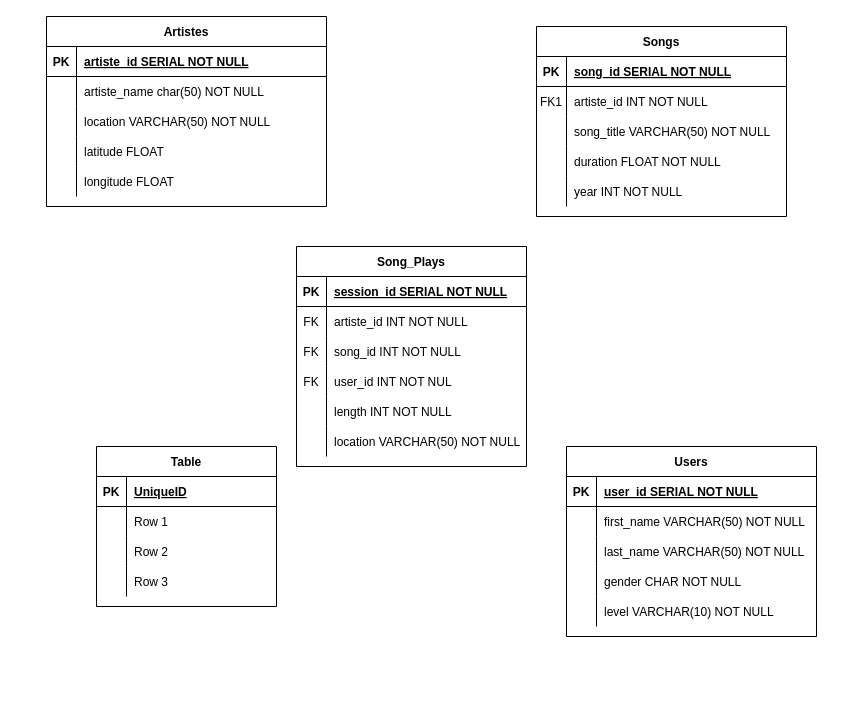
Before: Data Engineering with Postgres/assets/sparkify.drawio in temmyzeus/Udacity-Data-Engineering, a draw.io diagram. Source tidied: cells renumbered, new cells numbered last; positions are measured from the earlier drawing's top-left corner, leaving out a move shared by most shapes. Both pictures are drawn from the tidied source at 100%, with x=0, y=0 at pixel (46, 16).
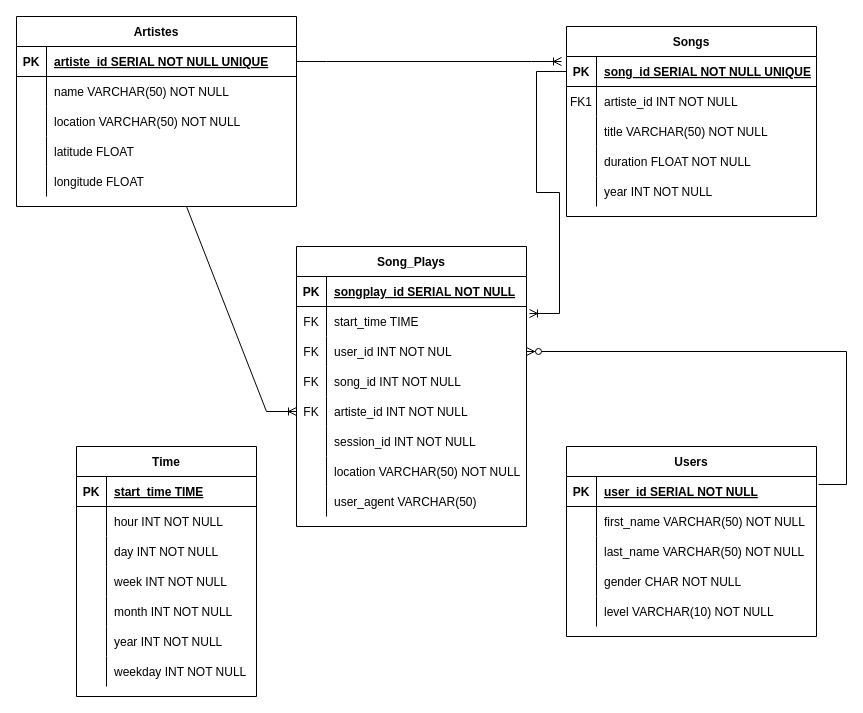
The same diagram, later.

Unchanged cells that the change refers to:
```xml
<mxCell id="3" style="shape=partialRectangle;fillColor=none;points=[[0,0.5],[1,0.5]];portConstraint=eastwest;top=0;left=0;right=0;bottom=1;" parent="2" vertex="1">
  <mxGeometry y="30" width="250" height="30" as="geometry" />
</mxCell>
<mxCell id="9" style="shape=partialRectangle;fillColor=none;top=0;left=0;right=0;bottom=0;" parent="2" vertex="1">
  <mxGeometry y="90" width="250" height="30" as="geometry" />
</mxCell>
<mxCell id="19" style="shape=partialRectangle;fillColor=none;points=[[0,0.5],[1,0.5]];portConstraint=eastwest;top=0;left=0;right=0;bottom=1;" parent="18" vertex="1">
  <mxGeometry y="30" width="250" height="30" as="geometry" />
</mxCell>
<mxCell id="35" style="shape=partialRectangle;fillColor=none;points=[[0,0.5],[1,0.5]];portConstraint=eastwest;top=0;left=0;right=0;bottom=1;" parent="34" vertex="1">
  <mxGeometry y="30" width="280" height="30" as="geometry" />
</mxCell>
<mxCell id="38" style="shape=partialRectangle;fillColor=none;top=0;left=0;right=0;bottom=0;" parent="34" vertex="1">
  <mxGeometry y="60" width="280" height="30" as="geometry" />
</mxCell>
<mxCell id="51" style="shape=tableRow;horizontal=0;startSize=0;swimlaneHead=0;swimlaneBody=0;fillColor=none;top=0;left=0;right=0;bottom=1;" parent="50" vertex="1">
  <mxGeometry y="30" width="230" height="30" as="geometry" />
</mxCell>
<mxCell id="70" style="shape=tableRow;horizontal=0;startSize=0;swimlaneHead=0;swimlaneBody=0;fillColor=none;top=0;left=0;right=0;bottom=1;" parent="69" vertex="1">
  <mxGeometry y="30" width="180" height="30" as="geometry" />
</mxCell>
```

The edit, as a diff of the source:
```diff
@@
     <mxCell id="2" value="Songs" style="shape=table;startSize=30;childLayout=tableLayout;rowLines=0;fontStyle=1;align=center;" parent="1" vertex="1">
-      <mxGeometry x="490" y="10" width="250" height="190" as="geometry" />
+      <mxGeometry x="520" y="10" width="250" height="190" as="geometry" />
     </mxCell>
@@
-    <mxCell id="5" value="song_id SERIAL NOT NULL " style="shape=partialRectangle;overflow=hidden;fillColor=none;top=0;left=0;bottom=0;right=0;align=left;spacingLeft=6;fontStyle=5;" parent="3" vertex="1">
+    <mxCell id="5" value="song_id SERIAL NOT NULL UNIQUE" style="shape=partialRectangle;overflow=hidden;fillColor=none;top=0;left=0;bottom=0;right=0;align=left;spacingLeft=6;fontStyle=5;" parent="3" vertex="1">
       <mxGeometry x="30" width="220" height="30" as="geometry" />
     </mxCell>
@@
-    <mxCell id="11" value="song_title VARCHAR(50) NOT NULL" style="shape=partialRectangle;overflow=hidden;fillColor=none;top=0;left=0;bottom=0;right=0;align=left;spacingLeft=6;" parent="9" vertex="1">
+    <mxCell id="11" value="title VARCHAR(50) NOT NULL" style="shape=partialRectangle;overflow=hidden;fillColor=none;top=0;left=0;bottom=0;right=0;align=left;spacingLeft=6;" parent="9" vertex="1">
       <mxGeometry x="30" width="220" height="30" as="geometry" />
     </mxCell>
@@
     <mxCell id="34" value="Artistes" style="shape=table;startSize=30;childLayout=tableLayout;rowLines=0;fontStyle=1;align=center;" parent="1" vertex="1">
-      <mxGeometry width="280" height="190" as="geometry" />
+      <mxGeometry x="-30" width="280" height="190" as="geometry" />
     </mxCell>
@@
-    <mxCell id="37" value="artiste_id SERIAL NOT NULL" style="shape=partialRectangle;overflow=hidden;fillColor=none;top=0;left=0;bottom=0;right=0;align=left;spacingLeft=6;fontStyle=5;" parent="35" vertex="1">
+    <mxCell id="37" value="artiste_id SERIAL NOT NULL UNIQUE" style="shape=partialRectangle;overflow=hidden;fillColor=none;top=0;left=0;bottom=0;right=0;align=left;spacingLeft=6;fontStyle=5;" parent="35" vertex="1">
       <mxGeometry x="30" width="250" height="30" as="geometry" />
     </mxCell>
@@
-    <mxCell id="40" value="artiste_name char(50) NOT NULL" style="shape=partialRectangle;overflow=hidden;fillColor=none;top=0;left=0;bottom=0;right=0;align=left;spacingLeft=6;" parent="38" vertex="1">
+    <mxCell id="40" value="name VARCHAR(50) NOT NULL" style="shape=partialRectangle;overflow=hidden;fillColor=none;top=0;left=0;bottom=0;right=0;align=left;spacingLeft=6;" parent="38" vertex="1">
       <mxGeometry x="30" width="250" height="30" as="geometry" />
     </mxCell>
@@
     <mxCell id="50" value="Song_Plays" style="shape=table;startSize=30;childLayout=tableLayout;rowLines=0;fontStyle=1;align=center;" parent="1" vertex="1">
-      <mxGeometry x="250" y="230" width="230" height="220" as="geometry" />
+      <mxGeometry x="250" y="230" width="230" height="280" as="geometry" />
     </mxCell>
@@
-    <mxCell id="53" value="session_id SERIAL NOT NULL" style="shape=partialRectangle;fillColor=none;top=0;left=0;bottom=0;right=0;align=left;spacingLeft=6;fontStyle=5;overflow=hidden;" parent="51" vertex="1">
+    <mxCell id="53" value="songplay_id SERIAL NOT NULL" style="shape=partialRectangle;fillColor=none;top=0;left=0;bottom=0;right=0;align=left;spacingLeft=6;fontStyle=5;overflow=hidden;" parent="51" vertex="1">
       <mxGeometry x="30" width="200" height="30" as="geometry" />
     </mxCell>
+    <mxCell id="82" style="shape=tableRow;horizontal=0;startSize=0;swimlaneHead=0;swimlaneBody=0;fillColor=none;points=[[0,0.5],[1,0.5]];portConstraint=eastwest;top=0;left=0;right=0;bottom=0;" parent="50" vertex="1">
+      <mxGeometry y="60" width="230" height="30" as="geometry" />
+    </mxCell>
+    <mxCell id="83" value="FK" style="shape=partialRectangle;fillColor=none;top=0;left=0;bottom=0;right=0;overflow=hidden;" parent="82" vertex="1">
+      <mxGeometry width="30" height="30" as="geometry" />
+    </mxCell>
+    <mxCell id="84" value="start_time TIME" style="shape=partialRectangle;fillColor=none;top=0;left=0;bottom=0;right=0;align=left;spacingLeft=6;overflow=hidden;" parent="82" vertex="1">
+      <mxGeometry x="30" width="200" height="30" as="geometry" />
+    </mxCell>
+    <mxCell id="60" style="shape=tableRow;horizontal=0;startSize=0;swimlaneHead=0;swimlaneBody=0;fillColor=none;points=[[0,0.5],[1,0.5]];portConstraint=eastwest;top=0;left=0;right=0;bottom=0;" parent="50" vertex="1">
+      <mxGeometry y="90" width="230" height="30" as="geometry" />
+    </mxCell>
+    <mxCell id="61" value="FK" style="shape=partialRectangle;fillColor=none;top=0;left=0;bottom=0;right=0;overflow=hidden;" parent="60" vertex="1">
+      <mxGeometry width="30" height="30" as="geometry" />
+    </mxCell>
+    <mxCell id="62" value="user_id INT NOT NUL" style="shape=partialRectangle;fillColor=none;top=0;left=0;bottom=0;right=0;align=left;spacingLeft=6;overflow=hidden;" parent="60" vertex="1">
+      <mxGeometry x="30" width="200" height="30" as="geometry" />
+    </mxCell>
+    <mxCell id="57" style="shape=tableRow;horizontal=0;startSize=0;swimlaneHead=0;swimlaneBody=0;fillColor=none;top=0;left=0;right=0;bottom=0;" parent="50" vertex="1">
+      <mxGeometry y="120" width="230" height="30" as="geometry" />
+    </mxCell>
+    <mxCell id="58" value="FK" style="shape=partialRectangle;fillColor=none;top=0;left=0;bottom=0;right=0;overflow=hidden;" parent="57" vertex="1">
+      <mxGeometry width="30" height="30" as="geometry" />
+    </mxCell>
+    <mxCell id="59" value="song_id INT NOT NULL" style="shape=partialRectangle;fillColor=none;top=0;left=0;bottom=0;right=0;align=left;spacingLeft=6;overflow=hidden;" parent="57" vertex="1">
+      <mxGeometry x="30" width="200" height="30" as="geometry" />
+    </mxCell>
     <mxCell id="54" style="shape=tableRow;horizontal=0;startSize=0;swimlaneHead=0;swimlaneBody=0;fillColor=none;points=[[0,0.5],[1,0.5]];portConstraint=eastwest;top=0;left=0;right=0;bottom=0;" parent="50" vertex="1">
-      <mxGeometry y="60" width="230" height="30" as="geometry" />
+      <mxGeometry y="150" width="230" height="30" as="geometry" />
     </mxCell>
@@
-    <mxCell id="57" style="shape=tableRow;horizontal=0;startSize=0;swimlaneHead=0;swimlaneBody=0;fillColor=none;top=0;left=0;right=0;bottom=0;" parent="50" vertex="1">
-      <mxGeometry y="90" width="230" height="30" as="geometry" />
-    </mxCell>
-    <mxCell id="58" value="FK" style="shape=partialRectangle;fillColor=none;top=0;left=0;bottom=0;right=0;overflow=hidden;" parent="57" vertex="1">
-      <mxGeometry width="30" height="30" as="geometry" />
-    </mxCell>
-    <mxCell id="59" value="song_id INT NOT NULL" style="shape=partialRectangle;fillColor=none;top=0;left=0;bottom=0;right=0;align=left;spacingLeft=6;overflow=hidden;" parent="57" vertex="1">
-      <mxGeometry x="30" width="200" height="30" as="geometry" />
-    </mxCell>
-    <mxCell id="60" style="shape=tableRow;horizontal=0;startSize=0;swimlaneHead=0;swimlaneBody=0;fillColor=none;points=[[0,0.5],[1,0.5]];portConstraint=eastwest;top=0;left=0;right=0;bottom=0;" parent="50" vertex="1">
-      <mxGeometry y="120" width="230" height="30" as="geometry" />
-    </mxCell>
-    <mxCell id="61" value="FK" style="shape=partialRectangle;fillColor=none;top=0;left=0;bottom=0;right=0;overflow=hidden;" parent="60" vertex="1">
-      <mxGeometry width="30" height="30" as="geometry" />
-    </mxCell>
-    <mxCell id="62" value="user_id INT NOT NUL" style="shape=partialRectangle;fillColor=none;top=0;left=0;bottom=0;right=0;align=left;spacingLeft=6;overflow=hidden;" parent="60" vertex="1">
-      <mxGeometry x="30" width="200" height="30" as="geometry" />
-    </mxCell>
     <mxCell id="63" style="shape=tableRow;horizontal=0;startSize=0;swimlaneHead=0;swimlaneBody=0;fillColor=none;top=0;left=0;right=0;bottom=0;" parent="50" vertex="1">
-      <mxGeometry y="150" width="230" height="30" as="geometry" />
+      <mxGeometry y="180" width="230" height="30" as="geometry" />
     </mxCell>
@@
-    <mxCell id="65" value="length INT NOT NULL" style="shape=partialRectangle;fillColor=none;top=0;left=0;bottom=0;right=0;align=left;spacingLeft=6;overflow=hidden;" parent="63" vertex="1">
+    <mxCell id="65" value="session_id INT NOT NULL" style="shape=partialRectangle;fillColor=none;top=0;left=0;bottom=0;right=0;align=left;spacingLeft=6;overflow=hidden;" parent="63" vertex="1">
       <mxGeometry x="30" width="200" height="30" as="geometry" />
     </mxCell>
     <mxCell id="66" style="shape=tableRow;horizontal=0;startSize=0;swimlaneHead=0;swimlaneBody=0;fillColor=none;top=0;left=0;right=0;bottom=0;" parent="50" vertex="1">
-      <mxGeometry y="180" width="230" height="30" as="geometry" />
+      <mxGeometry y="210" width="230" height="30" as="geometry" />
     </mxCell>
@@
+    <mxCell id="85" style="shape=tableRow;horizontal=0;startSize=0;swimlaneHead=0;swimlaneBody=0;fillColor=none;top=0;left=0;right=0;bottom=0;" parent="50" vertex="1">
+      <mxGeometry y="240" width="230" height="30" as="geometry" />
+    </mxCell>
+    <mxCell id="86" style="shape=partialRectangle;fillColor=none;top=0;left=0;bottom=0;right=0;overflow=hidden;" parent="85" vertex="1">
+      <mxGeometry width="30" height="30" as="geometry" />
+    </mxCell>
+    <mxCell id="87" value="user_agent VARCHAR(50)" style="shape=partialRectangle;fillColor=none;top=0;left=0;bottom=0;right=0;align=left;spacingLeft=6;overflow=hidden;" parent="85" vertex="1">
+      <mxGeometry x="30" width="200" height="30" as="geometry" />
+    </mxCell>
-    <mxCell id="69" value="Table" style="shape=table;startSize=30;childLayout=tableLayout;rowLines=0;fontStyle=1;align=center;" parent="1" vertex="1">
-      <mxGeometry x="50" y="430" width="180" height="160" as="geometry" />
+    <mxCell id="69" value="Time" style="shape=table;startSize=30;childLayout=tableLayout;rowLines=0;fontStyle=1;align=center;" parent="1" vertex="1">
+      <mxGeometry x="30" y="430" width="180" height="250" as="geometry" />
     </mxCell>
@@
-    <mxCell id="72" value="UniqueID" style="shape=partialRectangle;fillColor=none;top=0;left=0;bottom=0;right=0;align=left;spacingLeft=6;fontStyle=5;overflow=hidden;" parent="70" vertex="1">
+    <mxCell id="72" value="start_time TIME" style="shape=partialRectangle;fillColor=none;top=0;left=0;bottom=0;right=0;align=left;spacingLeft=6;fontStyle=5;overflow=hidden;" parent="70" vertex="1">
       <mxGeometry x="30" width="150" height="30" as="geometry" />
     </mxCell>
-    <mxCell id="73" style="shape=tableRow;horizontal=0;startSize=0;swimlaneHead=0;swimlaneBody=0;fillColor=none;top=0;left=0;right=0;bottom=0;" parent="69" vertex="1">
-      <mxGeometry y="60" width="180" height="30" as="geometry" />
-    </mxCell>
-    <mxCell id="74" style="shape=partialRectangle;fillColor=none;top=0;left=0;bottom=0;right=0;overflow=hidden;" parent="73" vertex="1">
-      <mxGeometry width="30" height="30" as="geometry" />
-    </mxCell>
-    <mxCell id="75" value="Row 1" style="shape=partialRectangle;fillColor=none;top=0;left=0;bottom=0;right=0;align=left;spacingLeft=6;overflow=hidden;" parent="73" vertex="1">
-      <mxGeometry x="30" width="150" height="30" as="geometry" />
-    </mxCell>
     <mxCell id="76" style="shape=tableRow;horizontal=0;startSize=0;swimlaneHead=0;swimlaneBody=0;fillColor=none;top=0;left=0;right=0;bottom=0;" parent="69" vertex="1">
-      <mxGeometry y="90" width="180" height="30" as="geometry" />
+      <mxGeometry y="60" width="180" height="30" as="geometry" />
     </mxCell>
@@
-    <mxCell id="78" value="Row 2" style="shape=partialRectangle;fillColor=none;top=0;left=0;bottom=0;right=0;align=left;spacingLeft=6;overflow=hidden;" parent="76" vertex="1">
+    <mxCell id="78" value="hour INT NOT NULL" style="shape=partialRectangle;fillColor=none;top=0;left=0;bottom=0;right=0;align=left;spacingLeft=6;overflow=hidden;" parent="76" vertex="1">
       <mxGeometry x="30" width="150" height="30" as="geometry" />
     </mxCell>
     <mxCell id="79" style="shape=tableRow;horizontal=0;startSize=0;swimlaneHead=0;swimlaneBody=0;fillColor=none;top=0;left=0;right=0;bottom=0;" parent="69" vertex="1">
-      <mxGeometry y="120" width="180" height="30" as="geometry" />
+      <mxGeometry y="90" width="180" height="30" as="geometry" />
     </mxCell>
@@
-    <mxCell id="81" value="Row 3" style="shape=partialRectangle;fillColor=none;top=0;left=0;bottom=0;right=0;align=left;spacingLeft=6;overflow=hidden;" parent="79" vertex="1">
+    <mxCell id="81" value="day INT NOT NULL" style="shape=partialRectangle;fillColor=none;top=0;left=0;bottom=0;right=0;align=left;spacingLeft=6;overflow=hidden;" parent="79" vertex="1">
       <mxGeometry x="30" width="150" height="30" as="geometry" />
     </mxCell>
+    <mxCell id="88" style="shape=tableRow;horizontal=0;startSize=0;swimlaneHead=0;swimlaneBody=0;fillColor=none;top=0;left=0;right=0;bottom=0;" parent="69" vertex="1">
+      <mxGeometry y="120" width="180" height="30" as="geometry" />
+    </mxCell>
+    <mxCell id="89" style="shape=partialRectangle;fillColor=none;top=0;left=0;bottom=0;right=0;overflow=hidden;" parent="88" vertex="1">
+      <mxGeometry width="30" height="30" as="geometry" />
+    </mxCell>
+    <mxCell id="90" value="week INT NOT NULL" style="shape=partialRectangle;fillColor=none;top=0;left=0;bottom=0;right=0;align=left;spacingLeft=6;overflow=hidden;" parent="88" vertex="1">
+      <mxGeometry x="30" width="150" height="30" as="geometry" />
+    </mxCell>
+    <mxCell id="91" style="shape=tableRow;horizontal=0;startSize=0;swimlaneHead=0;swimlaneBody=0;fillColor=none;top=0;left=0;right=0;bottom=0;" parent="69" vertex="1">
+      <mxGeometry y="150" width="180" height="30" as="geometry" />
+    </mxCell>
+    <mxCell id="92" style="shape=partialRectangle;fillColor=none;top=0;left=0;bottom=0;right=0;overflow=hidden;" parent="91" vertex="1">
+      <mxGeometry width="30" height="30" as="geometry" />
+    </mxCell>
+    <mxCell id="93" value="month INT NOT NULL" style="shape=partialRectangle;fillColor=none;top=0;left=0;bottom=0;right=0;align=left;spacingLeft=6;overflow=hidden;" parent="91" vertex="1">
+      <mxGeometry x="30" width="150" height="30" as="geometry" />
+    </mxCell>
+    <mxCell id="94" style="shape=tableRow;horizontal=0;startSize=0;swimlaneHead=0;swimlaneBody=0;fillColor=none;top=0;left=0;right=0;bottom=0;" parent="69" vertex="1">
+      <mxGeometry y="180" width="180" height="30" as="geometry" />
+    </mxCell>
+    <mxCell id="95" style="shape=partialRectangle;fillColor=none;top=0;left=0;bottom=0;right=0;overflow=hidden;" parent="94" vertex="1">
+      <mxGeometry width="30" height="30" as="geometry" />
+    </mxCell>
+    <mxCell id="96" value="year INT NOT NULL" style="shape=partialRectangle;fillColor=none;top=0;left=0;bottom=0;right=0;align=left;spacingLeft=6;overflow=hidden;" parent="94" vertex="1">
+      <mxGeometry x="30" width="150" height="30" as="geometry" />
+    </mxCell>
+    <mxCell id="97" style="shape=tableRow;horizontal=0;startSize=0;swimlaneHead=0;swimlaneBody=0;fillColor=none;top=0;left=0;right=0;bottom=0;" parent="69" vertex="1">
+      <mxGeometry y="210" width="180" height="30" as="geometry" />
+    </mxCell>
+    <mxCell id="98" style="shape=partialRectangle;fillColor=none;top=0;left=0;bottom=0;right=0;overflow=hidden;" parent="97" vertex="1">
+      <mxGeometry width="30" height="30" as="geometry" />
+    </mxCell>
+    <mxCell id="99" value="weekday INT NOT NULL" style="shape=partialRectangle;fillColor=none;top=0;left=0;bottom=0;right=0;align=left;spacingLeft=6;overflow=hidden;" parent="97" vertex="1">
+      <mxGeometry x="30" width="150" height="30" as="geometry" />
+    </mxCell>
+    <mxCell id="100" style="edgeStyle=entityRelationEdgeStyle;fontSize=12;html=1;endArrow=ERoneToMany;rounded=0;entryX=-0.02;entryY=0.167;entryDx=0;entryDy=0;entryPerimeter=0;exitX=1;exitY=0.5;exitDx=0;exitDy=0;" parent="1" edge="1" source="35" target="3">
+      <mxGeometry relative="1" as="geometry" />
+    </mxCell>
+    <mxCell id="101" style="edgeStyle=entityRelationEdgeStyle;fontSize=12;html=1;endArrow=ERoneToMany;rounded=0;exitX=0.5;exitY=1;exitDx=0;exitDy=0;entryX=0;entryY=0.5;entryDx=0;entryDy=0;" parent="1" edge="1" source="34" target="54">
+      <mxGeometry relative="1" as="geometry" />
+    </mxCell>
+    <mxCell id="102" style="edgeStyle=entityRelationEdgeStyle;fontSize=12;html=1;endArrow=ERoneToMany;rounded=0;entryX=1.013;entryY=0.233;entryDx=0;entryDy=0;entryPerimeter=0;" parent="1" edge="1" source="3" target="82">
+      <mxGeometry relative="1" as="geometry" />
+    </mxCell>
+    <mxCell id="103" style="edgeStyle=orthogonalEdgeStyle;fontSize=12;html=1;endArrow=ERzeroToMany;endFill=1;rounded=0;entryX=1;entryY=0.5;entryDx=0;entryDy=0;exitX=1.008;exitY=0.267;exitDx=0;exitDy=0;exitPerimeter=0;" parent="1" edge="1" source="19" target="60">
+      <mxGeometry relative="1" as="geometry">
+        <Array as="points">
+          <mxPoint x="800" y="468" />
+          <mxPoint x="800" y="335" />
+        </Array>
+      </mxGeometry>
+    </mxCell>
```
